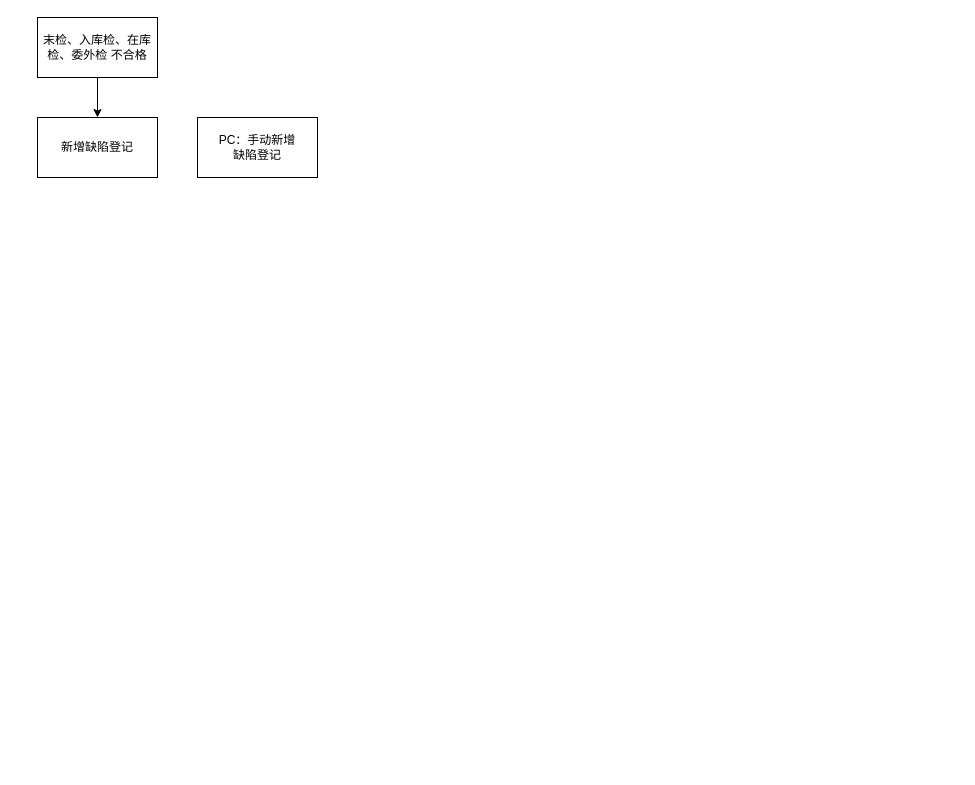
Above: page "缺陷登记" (6 of 6) of 首检流程.drawio in sstlin/os-shell (draw.io), before the change. Source tidied: cells renumbered, new cells numbered last; positions are measured from the earlier drawing's top-left corner, leaving out a move shared by most shapes. Both pictures are drawn from the tidied source at 100%, with x=0, y=0 at pixel (37, 17).
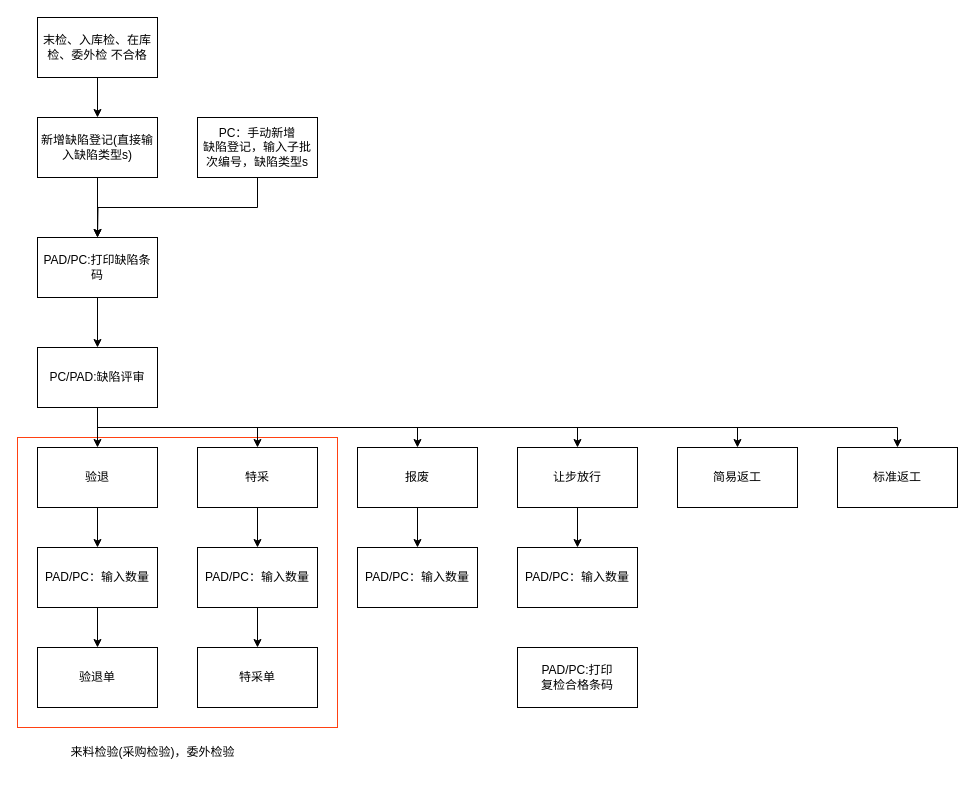
The same diagram, later.

Change to the diagram source:
```diff
@@
+    <mxCell id="6" style="rounded=0;whiteSpace=wrap;html=1;strokeColor=#FF4112;" parent="1" vertex="1">
+      <mxGeometry x="-20" y="420" width="320" height="290" as="geometry" />
+    </mxCell>
+    <mxCell id="7" style="edgeStyle=orthogonalEdgeStyle;rounded=0;jettySize=auto;html=1;exitX=0.5;exitY=1;exitDx=0;exitDy=0;entryX=0.5;entryY=0;entryDx=0;entryDy=0;" parent="1" edge="1" source="2" target="27">
+      <mxGeometry relative="1" as="geometry" />
+    </mxCell>
-    <mxCell id="2" value="新增缺陷登记" style="rounded=0;whiteSpace=wrap;html=1;" parent="1" vertex="1">
+    <mxCell id="2" value="新增缺陷登记(直接输入缺陷类型s)" style="rounded=0;whiteSpace=wrap;html=1;" parent="1" vertex="1">
       <mxGeometry y="100" width="120" height="60" as="geometry" />
     </mxCell>
@@
+    <mxCell id="8" style="edgeStyle=orthogonalEdgeStyle;rounded=0;jettySize=auto;html=1;exitX=0.5;exitY=1;exitDx=0;exitDy=0;" parent="1" edge="1" source="5">
+      <mxGeometry relative="1" as="geometry">
+        <mxPoint x="60" y="220" as="targetPoint" />
+      </mxGeometry>
+    </mxCell>
-    <mxCell id="5" value="PC：手动新增&lt;br&gt;缺陷登记" style="rounded=0;whiteSpace=wrap;html=1;" parent="1" vertex="1">
+    <mxCell id="5" value="PC：手动新增&lt;br&gt;缺陷登记，输入子批次编号，缺陷类型s" style="rounded=0;whiteSpace=wrap;html=1;" parent="1" vertex="1">
       <mxGeometry x="160" y="100" width="120" height="60" as="geometry" />
     </mxCell>
+    <mxCell id="9" style="edgeStyle=orthogonalEdgeStyle;rounded=0;jettySize=auto;html=1;exitX=0.5;exitY=1;exitDx=0;exitDy=0;entryX=0.5;entryY=0;entryDx=0;entryDy=0;" parent="1" edge="1" source="15" target="17">
+      <mxGeometry relative="1" as="geometry" />
+    </mxCell>
+    <mxCell id="10" style="edgeStyle=orthogonalEdgeStyle;rounded=0;jettySize=auto;html=1;exitX=0.5;exitY=1;exitDx=0;exitDy=0;entryX=0.5;entryY=0;entryDx=0;entryDy=0;" parent="1" edge="1" source="15" target="19">
+      <mxGeometry relative="1" as="geometry" />
+    </mxCell>
+    <mxCell id="11" style="edgeStyle=orthogonalEdgeStyle;rounded=0;jettySize=auto;html=1;exitX=0.5;exitY=1;exitDx=0;exitDy=0;entryX=0.5;entryY=0;entryDx=0;entryDy=0;" parent="1" edge="1" source="15" target="21">
+      <mxGeometry relative="1" as="geometry" />
+    </mxCell>
+    <mxCell id="12" style="edgeStyle=orthogonalEdgeStyle;rounded=0;jettySize=auto;html=1;exitX=0.5;exitY=1;exitDx=0;exitDy=0;" parent="1" edge="1" source="15" target="23">
+      <mxGeometry relative="1" as="geometry" />
+    </mxCell>
+    <mxCell id="13" style="edgeStyle=orthogonalEdgeStyle;rounded=0;jettySize=auto;html=1;exitX=0.5;exitY=1;exitDx=0;exitDy=0;" parent="1" edge="1" source="15" target="24">
+      <mxGeometry relative="1" as="geometry" />
+    </mxCell>
+    <mxCell id="14" style="edgeStyle=orthogonalEdgeStyle;rounded=0;jettySize=auto;html=1;exitX=0.5;exitY=1;exitDx=0;exitDy=0;" parent="1" edge="1" source="15" target="25">
+      <mxGeometry relative="1" as="geometry" />
+    </mxCell>
+    <mxCell id="15" value="PC/PAD:缺陷评审" style="rounded=0;whiteSpace=wrap;html=1;" parent="1" vertex="1">
+      <mxGeometry y="330" width="120" height="60" as="geometry" />
+    </mxCell>
+    <mxCell id="16" style="edgeStyle=orthogonalEdgeStyle;rounded=0;jettySize=auto;html=1;exitX=0.5;exitY=1;exitDx=0;exitDy=0;entryX=0.5;entryY=0;entryDx=0;entryDy=0;" parent="1" edge="1" source="17" target="32">
+      <mxGeometry relative="1" as="geometry" />
+    </mxCell>
+    <mxCell id="17" value="验退" style="rounded=0;whiteSpace=wrap;html=1;" parent="1" vertex="1">
+      <mxGeometry y="430" width="120" height="60" as="geometry" />
+    </mxCell>
+    <mxCell id="18" style="edgeStyle=orthogonalEdgeStyle;rounded=0;jettySize=auto;html=1;exitX=0.5;exitY=1;exitDx=0;exitDy=0;entryX=0.5;entryY=0;entryDx=0;entryDy=0;" parent="1" edge="1" source="19" target="29">
+      <mxGeometry relative="1" as="geometry" />
+    </mxCell>
+    <mxCell id="19" value="特采" style="rounded=0;whiteSpace=wrap;html=1;" parent="1" vertex="1">
+      <mxGeometry x="160" y="430" width="120" height="60" as="geometry" />
+    </mxCell>
+    <mxCell id="20" style="edgeStyle=orthogonalEdgeStyle;rounded=0;jettySize=auto;html=1;exitX=0.5;exitY=1;exitDx=0;exitDy=0;entryX=0.5;entryY=0;entryDx=0;entryDy=0;" parent="1" edge="1" source="21" target="35">
+      <mxGeometry relative="1" as="geometry" />
+    </mxCell>
+    <mxCell id="21" value="报废" style="rounded=0;whiteSpace=wrap;html=1;" parent="1" vertex="1">
+      <mxGeometry x="320" y="430" width="120" height="60" as="geometry" />
+    </mxCell>
+    <mxCell id="22" style="edgeStyle=orthogonalEdgeStyle;rounded=0;jettySize=auto;html=1;exitX=0.5;exitY=1;exitDx=0;exitDy=0;entryX=0.5;entryY=0;entryDx=0;entryDy=0;" parent="1" edge="1" source="23" target="36">
+      <mxGeometry relative="1" as="geometry" />
+    </mxCell>
+    <mxCell id="23" value="让步放行" style="rounded=0;whiteSpace=wrap;html=1;" parent="1" vertex="1">
+      <mxGeometry x="480" y="430" width="120" height="60" as="geometry" />
+    </mxCell>
+    <mxCell id="24" value="简易返工" style="rounded=0;whiteSpace=wrap;html=1;" parent="1" vertex="1">
+      <mxGeometry x="640" y="430" width="120" height="60" as="geometry" />
+    </mxCell>
+    <mxCell id="25" value="标准返工" style="rounded=0;whiteSpace=wrap;html=1;" parent="1" vertex="1">
+      <mxGeometry x="800" y="430" width="120" height="60" as="geometry" />
+    </mxCell>
+    <mxCell id="26" style="edgeStyle=orthogonalEdgeStyle;rounded=0;jettySize=auto;html=1;exitX=0.5;exitY=1;exitDx=0;exitDy=0;entryX=0.5;entryY=0;entryDx=0;entryDy=0;" parent="1" edge="1" source="27" target="15">
+      <mxGeometry relative="1" as="geometry" />
+    </mxCell>
+    <mxCell id="27" value="PAD/PC:打印缺陷条码" style="rounded=0;whiteSpace=wrap;html=1;" parent="1" vertex="1">
+      <mxGeometry y="220" width="120" height="60" as="geometry" />
+    </mxCell>
+    <mxCell id="28" style="edgeStyle=orthogonalEdgeStyle;rounded=0;jettySize=auto;html=1;exitX=0.5;exitY=1;exitDx=0;exitDy=0;entryX=0.5;entryY=0;entryDx=0;entryDy=0;" parent="1" edge="1" source="29" target="30">
+      <mxGeometry relative="1" as="geometry" />
+    </mxCell>
+    <mxCell id="29" value="PAD/PC：输入数量" style="rounded=0;whiteSpace=wrap;html=1;" parent="1" vertex="1">
+      <mxGeometry x="160" y="530" width="120" height="60" as="geometry" />
+    </mxCell>
+    <mxCell id="30" value="特采单" style="rounded=0;whiteSpace=wrap;html=1;" parent="1" vertex="1">
+      <mxGeometry x="160" y="630" width="120" height="60" as="geometry" />
+    </mxCell>
+    <mxCell id="31" style="edgeStyle=orthogonalEdgeStyle;rounded=0;jettySize=auto;html=1;exitX=0.5;exitY=1;exitDx=0;exitDy=0;entryX=0.5;entryY=0;entryDx=0;entryDy=0;" parent="1" edge="1" source="32" target="33">
+      <mxGeometry relative="1" as="geometry" />
+    </mxCell>
+    <mxCell id="32" value="PAD/PC：输入数量" style="rounded=0;whiteSpace=wrap;html=1;" parent="1" vertex="1">
+      <mxGeometry y="530" width="120" height="60" as="geometry" />
+    </mxCell>
+    <mxCell id="33" value="验退单" style="rounded=0;whiteSpace=wrap;html=1;" parent="1" vertex="1">
+      <mxGeometry y="630" width="120" height="60" as="geometry" />
+    </mxCell>
+    <mxCell id="34" value="来料检验(采购检验)，委外检验" style="text;html=1;align=center;verticalAlign=middle;strokeColor=none;fillColor=none;" parent="1" vertex="1">
+      <mxGeometry x="20" y="720" width="190" height="30" as="geometry" />
+    </mxCell>
+    <mxCell id="35" value="PAD/PC：输入数量" style="rounded=0;whiteSpace=wrap;html=1;" parent="1" vertex="1">
+      <mxGeometry x="320" y="530" width="120" height="60" as="geometry" />
+    </mxCell>
+    <mxCell id="36" value="PAD/PC：输入数量" style="rounded=0;whiteSpace=wrap;html=1;" parent="1" vertex="1">
+      <mxGeometry x="480" y="530" width="120" height="60" as="geometry" />
+    </mxCell>
+    <mxCell id="37" value="PAD/PC:打印&lt;br&gt;复检合格条码" style="rounded=0;whiteSpace=wrap;html=1;" parent="1" vertex="1">
+      <mxGeometry x="480" y="630" width="120" height="60" as="geometry" />
+    </mxCell>
```
